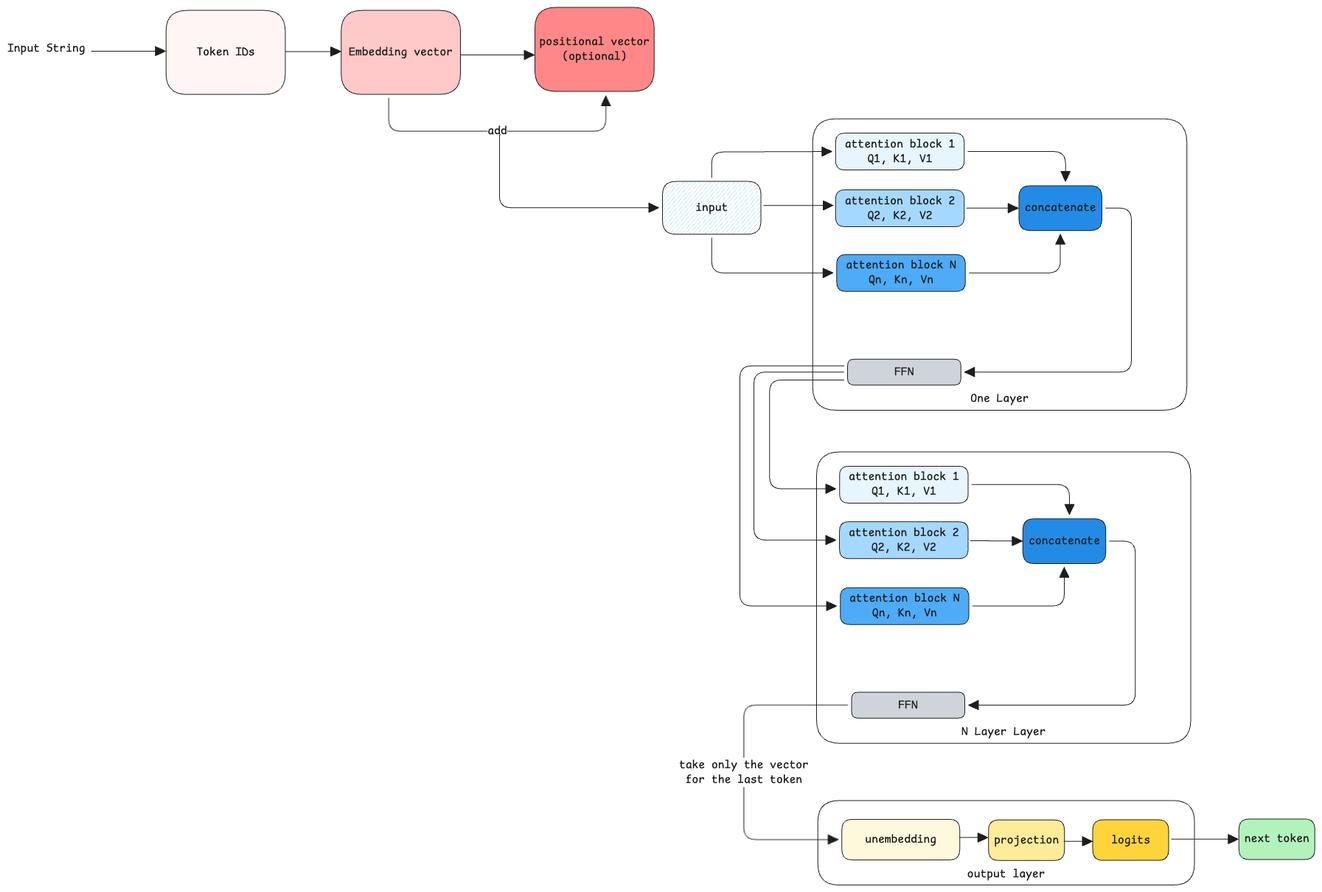
Earlier version of the Excalidraw export static/img/ai-llm-hl.excalidraw.png (swaroopar/inprogress-engineer). Source tidied: one line per element, renumbered; positions are measured from the earlier drawing's top-left corner, leaving out a move shared by most shapes.
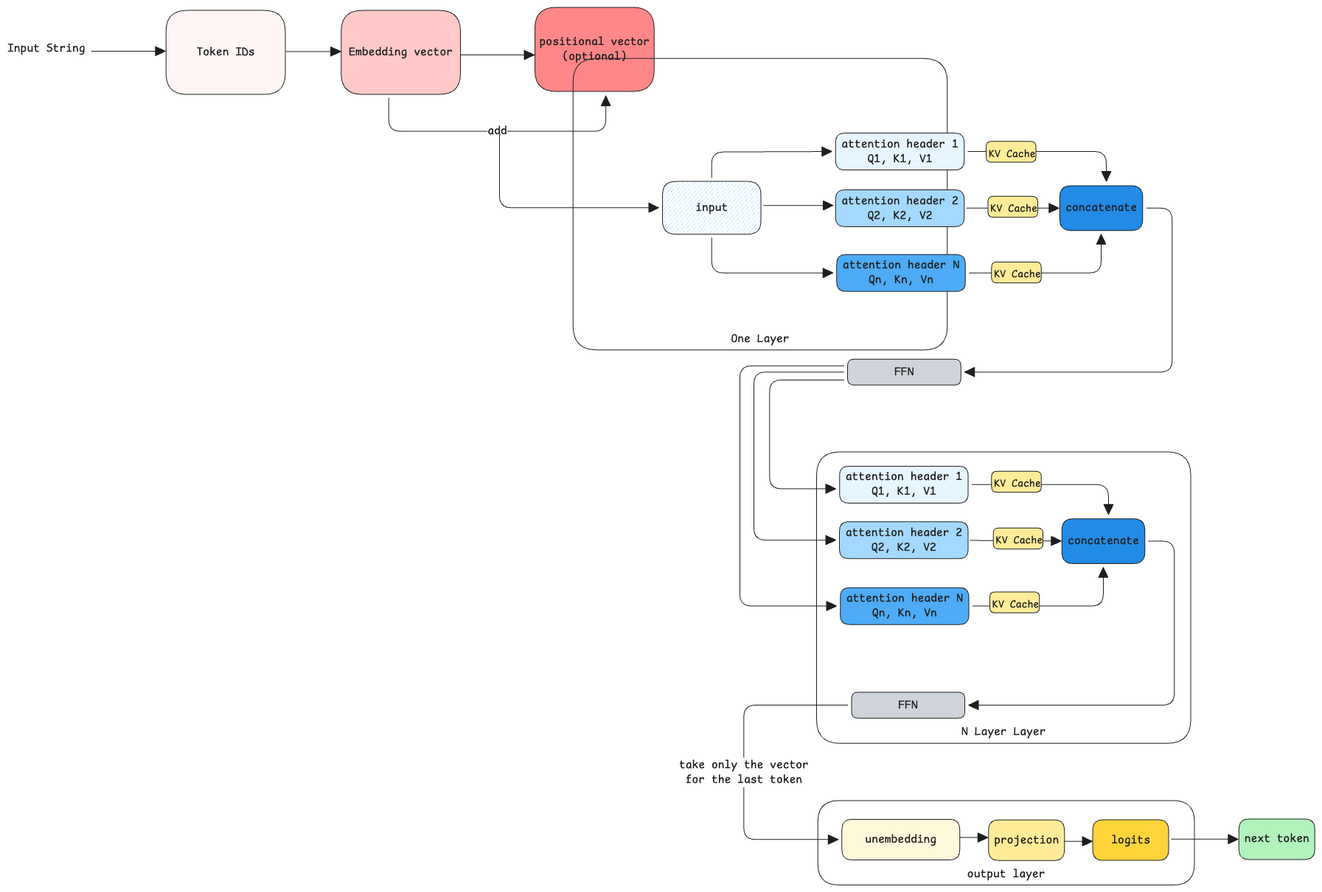
Above is the later version.

The edit, as a diff of the source:
```diff
@@ -8,44 +8,44 @@
 {"id": 7, "type": "arrow", "strokeColor": "#1e1e1e", "strokeWidth": 1, "roughness": 0, "endArrowhead": "triangle", "from": 3, "to": 5, "x": 615, "y": 65, "width": 100, "height": 0, "points": [[0, 0], [100, 0]]}
 {"id": 8, "type": "arrow", "strokeColor": "#1e1e1e", "strokeWidth": 1, "roughness": 0, "endArrowhead": "triangle", "from": 3, "to": 5, "x": 517, "y": 123, "width": 294, "height": 48, "points": [[0, 0], [0, 45], [294, 45], [294, -3]]}
 {"id": 9, "type": "text", "text": "add", "strokeColor": "#1e1e1e", "strokeWidth": 1, "roughness": 0, "fontSize": 16, "fontFamily": 8, "textAlign": "center", "verticalAlign": "middle", "inside": 8, "x": 651, "y": 158, "width": 26, "height": 20}
-{"id": 10, "type": "rectangle", "strokeColor": "#1e1e1e", "strokeWidth": 1, "roughness": 0, "round": true, "x": 1092, "y": 151, "width": 508, "height": 395}
+{"id": 10, "type": "rectangle", "strokeColor": "#1e1e1e", "strokeWidth": 1, "roughness": 0, "round": true, "x": 767, "y": 69, "width": 508, "height": 395}
-{"id": 11, "type": "text", "text": "One Layer", "strokeColor": "#1e1e1e", "strokeWidth": 1, "roughness": 0, "fontSize": 16, "fontFamily": 8, "textAlign": "center", "verticalAlign": "bottom", "inside": 10, "x": 1306, "y": 521, "width": 79, "height": 20}
+{"id": 11, "type": "text", "text": "One Layer", "strokeColor": "#1e1e1e", "strokeWidth": 1, "roughness": 0, "fontSize": 16, "fontFamily": 8, "textAlign": "center", "verticalAlign": "bottom", "inside": 10, "x": 981, "y": 440, "width": 79, "height": 20}
 {"id": 12, "type": "rectangle", "strokeColor": "#1e1e1e", "backgroundColor": "#ced4da", "fillStyle": "solid", "strokeWidth": 1, "roughness": 0, "round": true, "x": 1140, "y": 477, "width": 154, "height": 35}
 {"id": 13, "type": "text", "text": "FFN", "strokeColor": "#1e1e1e", "strokeWidth": 1, "roughness": 0, "fontSize": 16, "fontFamily": 8, "textAlign": "center", "verticalAlign": "middle", "inside": 12, "x": 1203, "y": 485, "width": 26, "height": 20}
 {"id": 14, "type": "rectangle", "strokeColor": "#1e1e1e", "backgroundColor": "#e7f5ff", "fillStyle": "solid", "strokeWidth": 1, "roughness": 0, "round": true, "x": 1123, "y": 171, "width": 174, "height": 50}
-{"id": 15, "type": "text", "text": "attention block 1\nQ1, K1, V1", "strokeColor": "#1e1e1e", "strokeWidth": 1, "roughness": 0, "fontSize": 16, "fontFamily": 8, "textAlign": "center", "verticalAlign": "middle", "inside": 14, "x": 1136, "y": 176, "width": 150, "height": 40}
+{"id": 15, "type": "text", "text": "attention header 1\nQ1, K1, V1", "strokeColor": "#1e1e1e", "strokeWidth": 1, "roughness": 0, "fontSize": 16, "fontFamily": 8, "textAlign": "center", "verticalAlign": "middle", "inside": 14, "x": 1131, "y": 176, "width": 158, "height": 40}
 {"id": 16, "type": "rectangle", "strokeColor": "#1e1e1e", "backgroundColor": "#a5d8ff", "fillStyle": "solid", "strokeWidth": 1, "roughness": 0, "round": true, "x": 1123, "y": 248, "width": 174, "height": 50}
-{"id": 17, "type": "text", "text": "attention block 2\nQ2, K2, V2", "strokeColor": "#1e1e1e", "strokeWidth": 1, "roughness": 0, "fontSize": 16, "fontFamily": 8, "textAlign": "center", "verticalAlign": "middle", "inside": 16, "x": 1136, "y": 253, "width": 150, "height": 40}
+{"id": 17, "type": "text", "text": "attention header 2\nQ2, K2, V2", "strokeColor": "#1e1e1e", "strokeWidth": 1, "roughness": 0, "fontSize": 16, "fontFamily": 8, "textAlign": "center", "verticalAlign": "middle", "inside": 16, "x": 1131, "y": 253, "width": 158, "height": 40}
 {"id": 18, "type": "rectangle", "strokeColor": "#1e1e1e", "backgroundColor": "#4dabf7", "fillStyle": "solid", "strokeWidth": 1, "roughness": 0, "round": true, "x": 1125, "y": 335, "width": 174, "height": 50}
-{"id": 19, "type": "text", "text": "attention block N\nQn, Kn, Vn", "strokeColor": "#1e1e1e", "strokeWidth": 1, "roughness": 0, "fontSize": 16, "fontFamily": 8, "textAlign": "center", "verticalAlign": "middle", "inside": 18, "x": 1137, "y": 340, "width": 150, "height": 40}
+{"id": 19, "type": "text", "text": "attention header N\nQn, Kn, Vn", "strokeColor": "#1e1e1e", "strokeWidth": 1, "roughness": 0, "fontSize": 16, "fontFamily": 8, "textAlign": "center", "verticalAlign": "middle", "inside": 18, "x": 1133, "y": 340, "width": 158, "height": 40}
 {"id": 20, "type": "rectangle", "strokeColor": "#1e1e1e", "backgroundColor": "#a5d8ff", "fillStyle": "hachure", "strokeWidth": 1, "roughness": 0, "round": true, "x": 889, "y": 236, "width": 133, "height": 72}
 {"id": 21, "type": "text", "text": "input", "strokeColor": "#1e1e1e", "strokeWidth": 1, "roughness": 0, "fontSize": 16, "fontFamily": 8, "textAlign": "center", "verticalAlign": "middle", "inside": 20, "x": 933, "y": 262, "width": 44, "height": 20}
 {"id": 22, "type": "arrow", "strokeColor": "#1e1e1e", "strokeWidth": 1, "roughness": 0, "endArrowhead": "triangle", "to": 20, "x": 669, "y": 173, "width": 216, "height": 99, "points": [[0, 0], [-2, 0], [-2, 99], [215, 99]]}
 {"id": 23, "type": "arrow", "strokeColor": "#1e1e1e", "strokeWidth": 1, "roughness": 0, "endArrowhead": "triangle", "from": 20, "to": 14, "x": 955, "y": 231, "width": 163, "height": 36, "points": [[0, 0], [0, -35], [163, -36]]}
 {"id": 24, "type": "arrow", "strokeColor": "#1e1e1e", "strokeWidth": 1, "roughness": 0, "endArrowhead": "triangle", "from": 20, "to": 16, "x": 1026, "y": 269, "width": 94, "height": 0, "points": [[0, 0], [94, 0]]}
 {"id": 25, "type": "arrow", "strokeColor": "#1e1e1e", "strokeWidth": 1, "roughness": 0, "endArrowhead": "triangle", "from": 20, "to": 18, "x": 955, "y": 313, "width": 165, "height": 48, "points": [[0, 0], [0, 48], [165, 48]]}
-{"id": 26, "type": "rectangle", "strokeColor": "#1e1e1e", "backgroundColor": "#228be6", "fillStyle": "solid", "strokeWidth": 1, "roughness": 0, "round": true, "x": 1372, "y": 242, "width": 113, "height": 61}
+{"id": 26, "type": "rectangle", "strokeColor": "#1e1e1e", "backgroundColor": "#228be6", "fillStyle": "solid", "strokeWidth": 1, "roughness": 0, "round": true, "x": 1427, "y": 242, "width": 113, "height": 61}
-{"id": 27, "type": "text", "text": "concatenate", "strokeColor": "#1e1e1e", "strokeWidth": 1, "roughness": 0, "fontSize": 16, "fontFamily": 8, "textAlign": "center", "verticalAlign": "middle", "inside": 26, "x": 1380, "y": 262, "width": 97, "height": 20}
+{"id": 27, "type": "text", "text": "concatenate", "strokeColor": "#1e1e1e", "strokeWidth": 1, "roughness": 0, "fontSize": 16, "fontFamily": 8, "textAlign": "center", "verticalAlign": "middle", "inside": 26, "x": 1435, "y": 262, "width": 97, "height": 20}
-{"id": 28, "type": "arrow", "strokeColor": "#1e1e1e", "strokeWidth": 1, "roughness": 0, "endArrowhead": "triangle", "from": 14, "to": 26, "x": 1303, "y": 196, "width": 132, "height": 41, "points": [[0, 0], [132, 0], [132, 41]]}
+{"id": 28, "type": "arrow", "strokeColor": "#1e1e1e", "strokeWidth": 1, "roughness": 0, "endArrowhead": "triangle", "from": 14, "to": 26, "x": 1303, "y": 196, "width": 188, "height": 41, "points": [[0, 0], [188, 0], [188, 41]]}
-{"id": 29, "type": "arrow", "strokeColor": "#1e1e1e", "strokeWidth": 1, "roughness": 0, "endArrowhead": "triangle", "from": 16, "to": 26, "x": 1301, "y": 272, "width": 70, "height": 0, "points": [[0, 0], [70, 0]]}
+{"id": 29, "type": "arrow", "strokeColor": "#1e1e1e", "strokeWidth": 1, "roughness": 0, "endArrowhead": "triangle", "from": 16, "to": 26, "x": 1301, "y": 272, "width": 126, "height": 0, "points": [[0, 0], [126, 0]]}
-{"id": 30, "type": "arrow", "strokeColor": "#1e1e1e", "strokeWidth": 1, "roughness": 0, "endArrowhead": "triangle", "from": 18, "to": 26, "x": 1304, "y": 360, "width": 124, "height": 53, "points": [[0, 0], [124, 0], [124, -53]]}
+{"id": 30, "type": "arrow", "strokeColor": "#1e1e1e", "strokeWidth": 1, "roughness": 0, "endArrowhead": "triangle", "from": 18, "to": 26, "x": 1304, "y": 360, "width": 179, "height": 53, "points": [[0, 0], [179, 0], [179, -53]]}
-{"id": 31, "type": "arrow", "strokeColor": "#1e1e1e", "strokeWidth": 1, "roughness": 0, "endArrowhead": "triangle", "from": 26, "to": 12, "x": 1489, "y": 272, "width": 226, "height": 222, "points": [[0, 0], [35, 0], [35, 222], [-191, 222]]}
+{"id": 31, "type": "arrow", "strokeColor": "#1e1e1e", "strokeWidth": 1, "roughness": 0, "endArrowhead": "triangle", "from": 26, "to": 12, "x": 1545, "y": 272, "width": 282, "height": 222, "points": [[0, 0], [35, 0], [35, 222], [-247, 222]]}
 {"id": 32, "type": "rectangle", "strokeColor": "#1e1e1e", "strokeWidth": 1, "roughness": 0, "round": true, "x": 1097, "y": 603, "width": 508, "height": 395}
 {"id": 33, "type": "text", "text": "N Layer Layer", "strokeColor": "#1e1e1e", "strokeWidth": 1, "roughness": 0, "fontSize": 16, "fontFamily": 8, "textAlign": "center", "verticalAlign": "bottom", "inside": 32, "x": 1294, "y": 973, "width": 114, "height": 20}
 {"id": 34, "type": "rectangle", "strokeColor": "#1e1e1e", "backgroundColor": "#ced4da", "fillStyle": "solid", "strokeWidth": 1, "roughness": 0, "round": true, "x": 1145, "y": 929, "width": 154, "height": 35}
 {"id": 35, "type": "text", "text": "FFN", "strokeColor": "#1e1e1e", "strokeWidth": 1, "roughness": 0, "fontSize": 16, "fontFamily": 8, "textAlign": "center", "verticalAlign": "middle", "inside": 34, "x": 1209, "y": 937, "width": 26, "height": 20}
 {"id": 36, "type": "rectangle", "strokeColor": "#1e1e1e", "backgroundColor": "#e7f5ff", "fillStyle": "solid", "strokeWidth": 1, "roughness": 0, "round": true, "x": 1129, "y": 622, "width": 174, "height": 50}
-{"id": 37, "type": "text", "text": "attention block 1\nQ1, K1, V1", "strokeColor": "#1e1e1e", "strokeWidth": 1, "roughness": 0, "fontSize": 16, "fontFamily": 8, "textAlign": "center", "verticalAlign": "middle", "inside": 36, "x": 1141, "y": 627, "width": 150, "height": 40}
+{"id": 37, "type": "text", "text": "attention header 1\nQ1, K1, V1", "strokeColor": "#1e1e1e", "strokeWidth": 1, "roughness": 0, "fontSize": 16, "fontFamily": 8, "textAlign": "center", "verticalAlign": "middle", "inside": 36, "x": 1137, "y": 627, "width": 158, "height": 40}
 {"id": 38, "type": "rectangle", "strokeColor": "#1e1e1e", "backgroundColor": "#a5d8ff", "fillStyle": "solid", "strokeWidth": 1, "roughness": 0, "round": true, "x": 1129, "y": 698, "width": 174, "height": 50}
-{"id": 39, "type": "text", "text": "attention block 2\nQ2, K2, V2", "strokeColor": "#1e1e1e", "strokeWidth": 1, "roughness": 0, "fontSize": 16, "fontFamily": 8, "textAlign": "center", "verticalAlign": "middle", "inside": 38, "x": 1141, "y": 703, "width": 150, "height": 40}
+{"id": 39, "type": "text", "text": "attention header 2\nQ2, K2, V2", "strokeColor": "#1e1e1e", "strokeWidth": 1, "roughness": 0, "fontSize": 16, "fontFamily": 8, "textAlign": "center", "verticalAlign": "middle", "inside": 38, "x": 1137, "y": 703, "width": 158, "height": 40}
 {"id": 40, "type": "rectangle", "strokeColor": "#1e1e1e", "backgroundColor": "#4dabf7", "fillStyle": "solid", "strokeWidth": 1, "roughness": 0, "round": true, "x": 1130, "y": 787, "width": 174, "height": 50}
-{"id": 41, "type": "text", "text": "attention block N\nQn, Kn, Vn", "strokeColor": "#1e1e1e", "strokeWidth": 1, "roughness": 0, "fontSize": 16, "fontFamily": 8, "textAlign": "center", "verticalAlign": "middle", "inside": 40, "x": 1142, "y": 792, "width": 150, "height": 40}
+{"id": 41, "type": "text", "text": "attention header N\nQn, Kn, Vn", "strokeColor": "#1e1e1e", "strokeWidth": 1, "roughness": 0, "fontSize": 16, "fontFamily": 8, "textAlign": "center", "verticalAlign": "middle", "inside": 40, "x": 1138, "y": 792, "width": 158, "height": 40}
-{"id": 42, "type": "rectangle", "strokeColor": "#1e1e1e", "backgroundColor": "#228be6", "fillStyle": "solid", "strokeWidth": 1, "roughness": 0, "round": true, "x": 1377, "y": 694, "width": 113, "height": 61}
+{"id": 42, "type": "rectangle", "strokeColor": "#1e1e1e", "backgroundColor": "#228be6", "fillStyle": "solid", "strokeWidth": 1, "roughness": 0, "round": true, "x": 1430, "y": 694, "width": 113, "height": 61}
-{"id": 43, "type": "text", "text": "concatenate", "strokeColor": "#1e1e1e", "strokeWidth": 1, "roughness": 0, "fontSize": 16, "fontFamily": 8, "textAlign": "center", "verticalAlign": "middle", "inside": 42, "x": 1385, "y": 714, "width": 97, "height": 20}
+{"id": 43, "type": "text", "text": "concatenate", "strokeColor": "#1e1e1e", "strokeWidth": 1, "roughness": 0, "fontSize": 16, "fontFamily": 8, "textAlign": "center", "verticalAlign": "middle", "inside": 42, "x": 1438, "y": 714, "width": 97, "height": 20}
-{"id": 44, "type": "arrow", "strokeColor": "#1e1e1e", "strokeWidth": 1, "roughness": 0, "endArrowhead": "triangle", "from": 36, "to": 42, "x": 1308, "y": 647, "width": 132, "height": 41, "points": [[0, 0], [132, 0], [132, 41]]}
+{"id": 44, "type": "arrow", "strokeColor": "#1e1e1e", "strokeWidth": 1, "roughness": 0, "endArrowhead": "triangle", "from": 36, "to": 42, "x": 1308, "y": 647, "width": 185, "height": 41, "points": [[0, 0], [185, 0], [185, 41]]}
-{"id": 45, "type": "arrow", "strokeColor": "#1e1e1e", "strokeWidth": 1, "roughness": 0, "endArrowhead": "triangle", "from": 38, "to": 42, "x": 1306, "y": 723, "width": 70, "height": 1, "points": [[0, 0], [70, 1]]}
+{"id": 45, "type": "arrow", "strokeColor": "#1e1e1e", "strokeWidth": 1, "roughness": 0, "endArrowhead": "triangle", "from": 38, "to": 42, "x": 1306, "y": 723, "width": 123, "height": 1, "points": [[0, 0], [123, 1]]}
-{"id": 46, "type": "arrow", "strokeColor": "#1e1e1e", "strokeWidth": 1, "roughness": 0, "endArrowhead": "triangle", "from": 40, "to": 42, "x": 1309, "y": 812, "width": 124, "height": 53, "points": [[0, 0], [124, 0], [124, -53]]}
+{"id": 46, "type": "arrow", "strokeColor": "#1e1e1e", "strokeWidth": 1, "roughness": 0, "endArrowhead": "triangle", "from": 40, "to": 42, "x": 1309, "y": 812, "width": 177, "height": 53, "points": [[0, 0], [177, 0], [177, -53]]}
-{"id": 47, "type": "arrow", "strokeColor": "#1e1e1e", "strokeWidth": 1, "roughness": 0, "endArrowhead": "triangle", "from": 42, "to": 34, "x": 1495, "y": 724, "width": 226, "height": 222, "points": [[0, 0], [35, 0], [35, 222], [-191, 222]]}
+{"id": 47, "type": "arrow", "strokeColor": "#1e1e1e", "strokeWidth": 1, "roughness": 0, "endArrowhead": "triangle", "from": 42, "to": 34, "x": 1548, "y": 724, "width": 279, "height": 222, "points": [[0, 0], [35, 0], [35, 222], [-244, 222]]}
 {"id": 48, "type": "arrow", "strokeColor": "#1e1e1e", "strokeWidth": 1, "roughness": 0, "endArrowhead": "triangle", "from": 12, "x": 1135, "y": 505, "width": 101, "height": 148, "points": [[0, 0], [-101, 0], [-101, 148], [-11, 148]]}
 {"id": 49, "type": "arrow", "strokeColor": "#1e1e1e", "strokeWidth": 1, "roughness": 0, "endArrowhead": "triangle", "from": 12, "to": 38, "x": 1135, "y": 495, "width": 122, "height": 228, "points": [[0, 0], [-122, 0], [-122, 228], [-11, 228]]}
 {"id": 50, "type": "arrow", "strokeColor": "#1e1e1e", "strokeWidth": 1, "roughness": 0, "endArrowhead": "triangle", "from": 12, "to": 40, "x": 1135, "y": 486, "width": 141, "height": 326, "points": [[0, 0], [-141, 0], [-141, 326], [-10, 326]]}
@@ -66,3 +66,15 @@
 {"id": 65, "type": "text", "text": "Input String", "strokeColor": "#1e1e1e", "strokeWidth": 1, "roughness": 0, "fontSize": 16, "fontFamily": 8, "x": 0, "y": 46, "width": 106, "height": 20}
 {"id": 66, "type": "arrow", "strokeColor": "#1e1e1e", "backgroundColor": "#ced4da", "fillStyle": "solid", "strokeWidth": 1, "roughness": 0, "endArrowhead": "triangle", "from": 53, "to": 57, "x": 1291, "y": 1126, "width": 39, "height": 0, "points": [[0, 0], [39, 0]]}
 {"id": 67, "type": "arrow", "strokeColor": "#1e1e1e", "backgroundColor": "#ced4da", "fillStyle": "solid", "strokeWidth": 1, "roughness": 0, "endArrowhead": "triangle", "x": 1433, "y": 1131, "width": 39, "height": 0, "points": [[0, 0], [39, 0]]}
+{"id": 68, "type": "rectangle", "strokeColor": "#1e1e1e", "backgroundColor": "#ffec99", "fillStyle": "solid", "strokeWidth": 1, "roughness": 0, "round": true, "x": 1328, "y": 182, "width": 67, "height": 28}
+{"id": 69, "type": "text", "text": "KV Cache", "strokeColor": "#1e1e1e", "backgroundColor": "#ffec99", "fillStyle": "solid", "strokeWidth": 1, "roughness": 0, "fontSize": 14.38, "fontFamily": 8, "x": 1331, "y": 190, "width": 63, "height": 18}
+{"id": 70, "type": "rectangle", "strokeColor": "#1e1e1e", "backgroundColor": "#ffec99", "fillStyle": "solid", "strokeWidth": 1, "roughness": 0, "round": true, "x": 1330, "y": 256, "width": 67, "height": 28}
+{"id": 71, "type": "text", "text": "KV Cache", "strokeColor": "#1e1e1e", "backgroundColor": "#ffec99", "fillStyle": "solid", "strokeWidth": 1, "roughness": 0, "fontSize": 14.38, "fontFamily": 8, "x": 1334, "y": 265, "width": 63, "height": 18}
+{"id": 72, "type": "rectangle", "strokeColor": "#1e1e1e", "backgroundColor": "#ffec99", "fillStyle": "solid", "strokeWidth": 1, "roughness": 0, "round": true, "x": 1335, "y": 345, "width": 67, "height": 28}
+{"id": 73, "type": "text", "text": "KV Cache", "strokeColor": "#1e1e1e", "backgroundColor": "#ffec99", "fillStyle": "solid", "strokeWidth": 1, "roughness": 0, "fontSize": 14.38, "fontFamily": 8, "x": 1338, "y": 354, "width": 63, "height": 18}
+{"id": 74, "type": "rectangle", "strokeColor": "#1e1e1e", "backgroundColor": "#ffec99", "fillStyle": "solid", "strokeWidth": 1, "roughness": 0, "round": true, "x": 1335, "y": 629, "width": 67, "height": 28}
+{"id": 75, "type": "text", "text": "KV Cache", "strokeColor": "#1e1e1e", "backgroundColor": "#ffec99", "fillStyle": "solid", "strokeWidth": 1, "roughness": 0, "fontSize": 14.38, "fontFamily": 8, "x": 1338, "y": 638, "width": 63, "height": 18}
+{"id": 76, "type": "rectangle", "strokeColor": "#1e1e1e", "backgroundColor": "#ffec99", "fillStyle": "solid", "strokeWidth": 1, "roughness": 0, "round": true, "x": 1337, "y": 706, "width": 67, "height": 28}
+{"id": 77, "type": "text", "text": "KV Cache", "strokeColor": "#1e1e1e", "backgroundColor": "#ffec99", "fillStyle": "solid", "strokeWidth": 1, "roughness": 0, "fontSize": 14.38, "fontFamily": 8, "x": 1341, "y": 715, "width": 63, "height": 18}
+{"id": 78, "type": "rectangle", "strokeColor": "#1e1e1e", "backgroundColor": "#ffec99", "fillStyle": "solid", "strokeWidth": 1, "roughness": 0, "round": true, "x": 1332, "y": 793, "width": 67, "height": 28}
+{"id": 79, "type": "text", "text": "KV Cache", "strokeColor": "#1e1e1e", "backgroundColor": "#ffec99", "fillStyle": "solid", "strokeWidth": 1, "roughness": 0, "fontSize": 14.38, "fontFamily": 8, "x": 1336, "y": 801, "width": 63, "height": 18}
```
